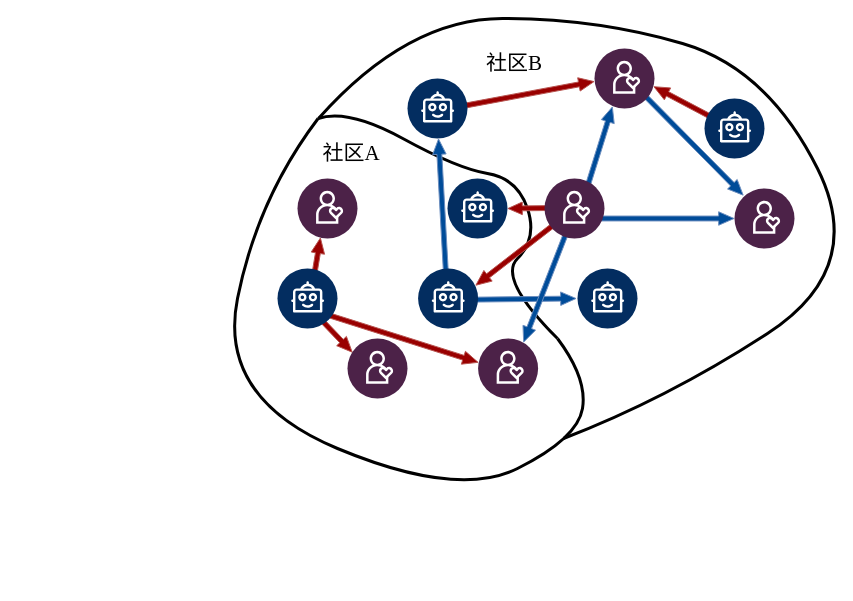
Earlier version of the draw.io diagram 长距离关系示意图.drawio (infizhe/wyz). Source tidied: cells renumbered, new cells numbered last; positions are measured from the earlier drawing's top-left corner, leaving out a move shared by most shapes. Both pictures are drawn from the tidied source at 100%, with x=0, y=0 at pixel (217, 18).
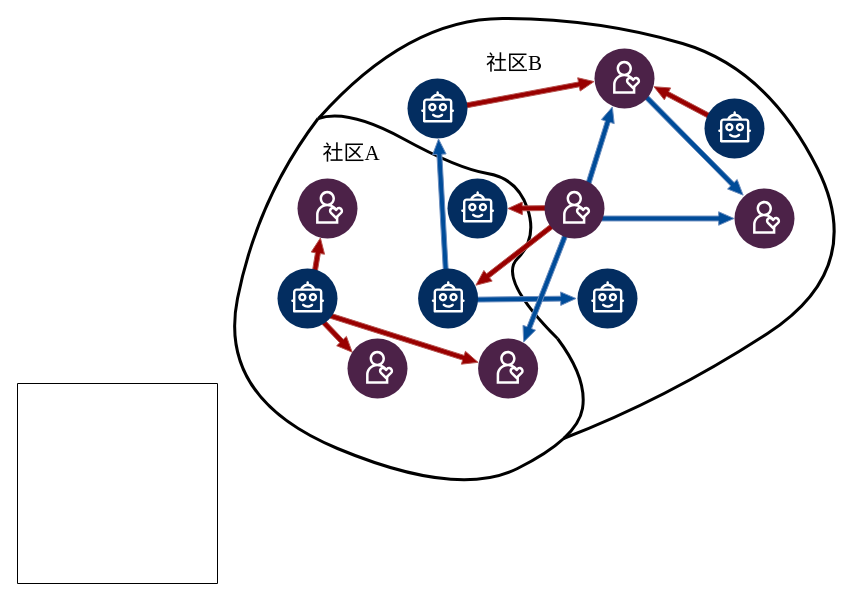
The same page after the edit.

Commit message (it also covers changes not shown here):
更新长距离关系示意图.drawio

Change to the diagram source:
```diff
@@
+    <mxCell id="32" style="swimlane;startSize=0;" parent="1" vertex="1">
+      <mxGeometry x="-200" y="365" width="200" height="200" as="geometry" />
+    </mxCell>
```
